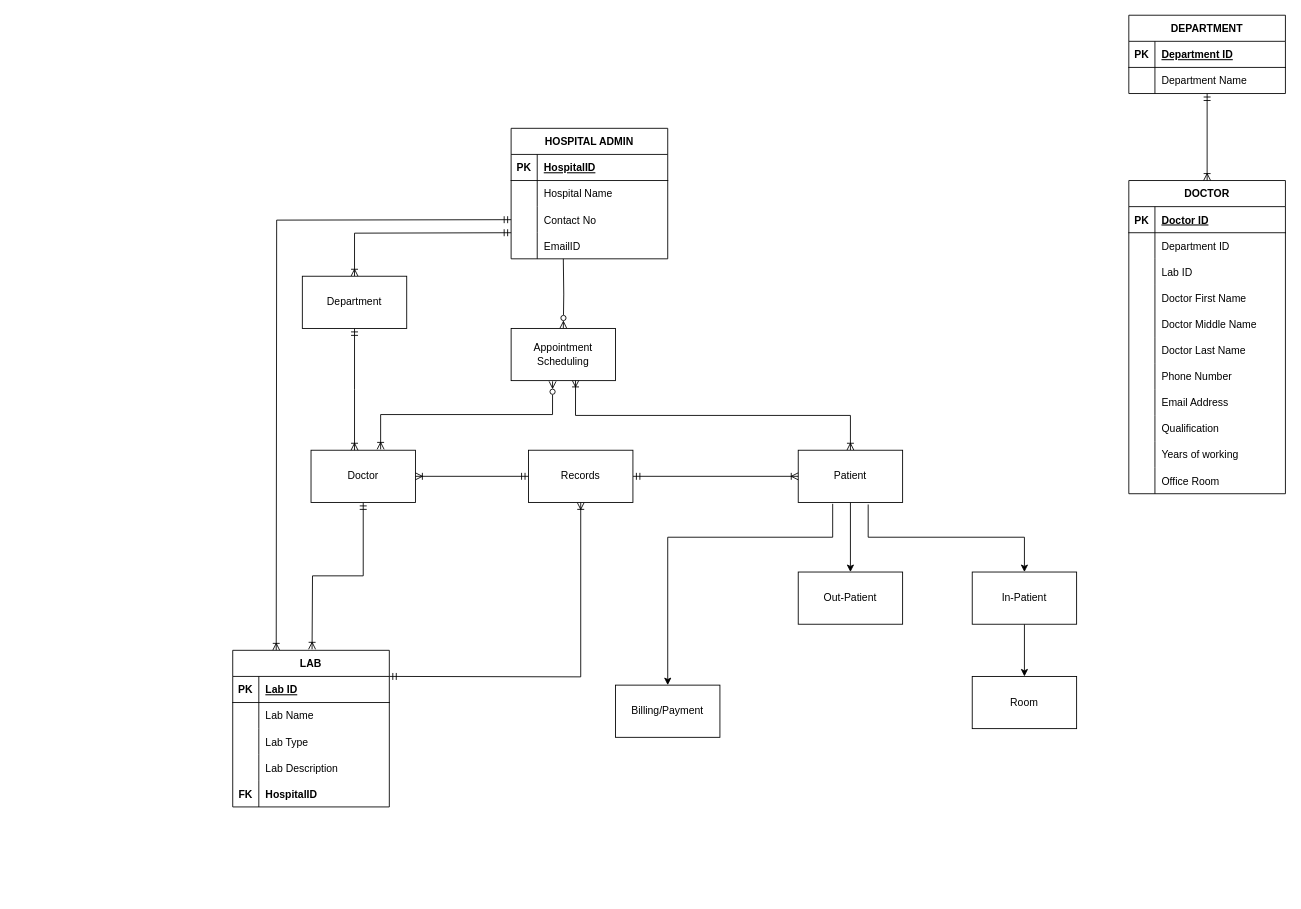
Before: Untitled Diagram.drawio in KashyapKompella/DAMG6210_HospitalManagementDatabase, a draw.io diagram. Source tidied: cells renumbered, new cells numbered last; positions are measured from the earlier drawing's top-left corner, leaving out a move shared by most shapes. Both pictures are drawn from the tidied source at 87%, with x=0, y=0 at pixel (232, 15).
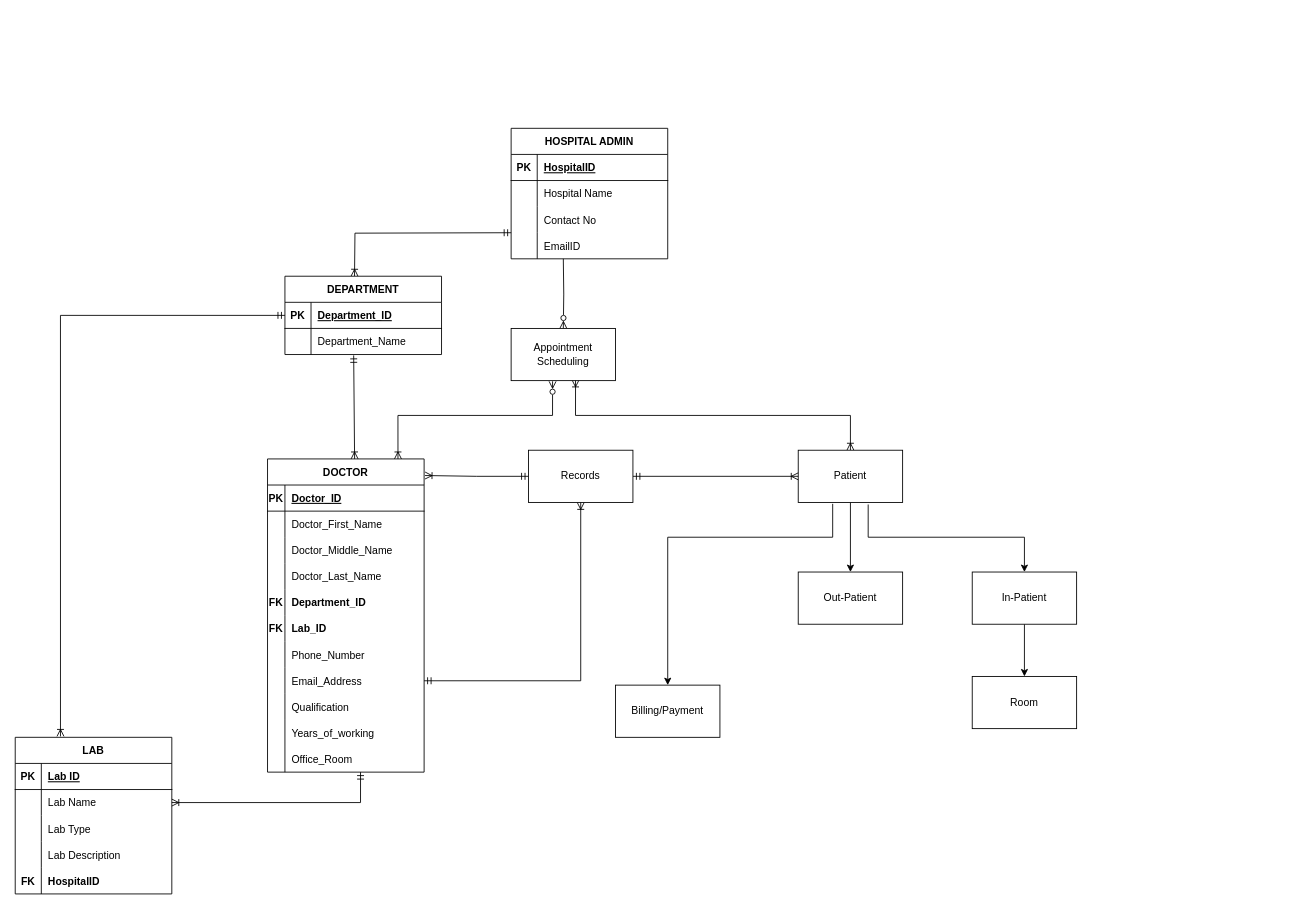
After the change.

Commit message:
Update about Dept and Doc part

The change refers to these unchanged cells:
```xml
<mxCell id="6" value="Appointment Scheduling" style="rounded=0;whiteSpace=wrap;html=1;" parent="1" vertex="1">
  <mxGeometry x="320" y="360" width="120" height="60" as="geometry" />
</mxCell>
<mxCell id="24" value="Records" style="rounded=0;whiteSpace=wrap;html=1;" parent="1" vertex="1">
  <mxGeometry x="340" y="500" width="120" height="60" as="geometry" />
</mxCell>
<mxCell id="42" style="shape=tableRow;horizontal=0;startSize=0;swimlaneHead=0;swimlaneBody=0;fillColor=none;points=[[0,0.5],[1,0.5]];portConstraint=eastwest;top=0;left=0;right=0;bottom=0;" parent="38" vertex="1">
  <mxGeometry y="60" width="180" height="30" as="geometry" />
</mxCell>
<mxCell id="55" style="shape=tableRow;horizontal=0;startSize=0;swimlaneHead=0;swimlaneBody=0;fillColor=none;points=[[0,0.5],[1,0.5]];portConstraint=eastwest;top=0;left=0;right=0;bottom=1;fontSize=12;" parent="54" vertex="1">
  <mxGeometry y="30" width="180" height="30" as="geometry" />
</mxCell>
<mxCell id="58" style="shape=tableRow;horizontal=0;startSize=0;swimlaneHead=0;swimlaneBody=0;fillColor=none;points=[[0,0.5],[1,0.5]];portConstraint=eastwest;top=0;left=0;right=0;bottom=0;fontSize=12;" parent="54" vertex="1">
  <mxGeometry y="60" width="180" height="30" as="geometry" />
</mxCell>
<mxCell id="62" style="shape=tableRow;horizontal=0;startSize=0;swimlaneHead=0;swimlaneBody=0;fillColor=none;top=0;left=0;right=0;bottom=1;fontSize=12;" parent="61" vertex="1">
  <mxGeometry y="30" width="180" height="30" as="geometry" />
</mxCell>
<mxCell id="80" style="shape=tableRow;horizontal=0;startSize=0;swimlaneHead=0;swimlaneBody=0;fillColor=none;top=0;left=0;right=0;bottom=0;fontSize=12;" parent="61" vertex="1">
  <mxGeometry y="210" width="180" height="30" as="geometry" />
</mxCell>
<mxCell id="83" style="shape=tableRow;horizontal=0;startSize=0;swimlaneHead=0;swimlaneBody=0;fillColor=none;points=[[0,0.5],[1,0.5]];portConstraint=eastwest;top=0;left=0;right=0;bottom=0;fontSize=12;" parent="61" vertex="1">
  <mxGeometry y="240" width="180" height="30" as="geometry" />
</mxCell>
<mxCell id="86" style="shape=tableRow;horizontal=0;startSize=0;swimlaneHead=0;swimlaneBody=0;fillColor=none;top=0;left=0;right=0;bottom=0;fontSize=12;" parent="61" vertex="1">
  <mxGeometry y="270" width="180" height="30" as="geometry" />
</mxCell>
<mxCell id="89" style="shape=tableRow;horizontal=0;startSize=0;swimlaneHead=0;swimlaneBody=0;fillColor=none;top=0;left=0;right=0;bottom=0;fontSize=12;" parent="61" vertex="1">
  <mxGeometry y="300" width="180" height="30" as="geometry" />
</mxCell>
<mxCell id="92" style="shape=tableRow;horizontal=0;startSize=0;swimlaneHead=0;swimlaneBody=0;fillColor=none;points=[[0,0.5],[1,0.5]];portConstraint=eastwest;top=0;left=0;right=0;bottom=0;fontSize=12;" parent="61" vertex="1">
  <mxGeometry y="330" width="180" height="30" as="geometry" />
</mxCell>
```

Diff of the diagram source:
```diff
@@
-    <mxCell id="3" style="edgeStyle=orthogonalEdgeStyle;rounded=0;jettySize=auto;html=1;startArrow=ERmandOne;startFill=0;endArrow=ERoneToMany;endFill=0;entryX=0.5;entryY=0;entryDx=0;entryDy=0;" parent="1" edge="1" target="15">
+    <mxCell id="3" style="edgeStyle=orthogonalEdgeStyle;rounded=0;orthogonalLoop=1;jettySize=auto;html=1;startArrow=ERmandOne;startFill=0;endArrow=ERoneToMany;endFill=0;entryX=0.5;entryY=0;entryDx=0;entryDy=0;" parent="1" edge="1">
       <mxGeometry relative="1" as="geometry">
         <mxPoint x="320" y="250" as="sourcePoint" />
+        <mxPoint x="140" y="300" as="targetPoint" />
       </mxGeometry>
     </mxCell>
@@
-    <mxCell id="5" style="edgeStyle=orthogonalEdgeStyle;rounded=0;jettySize=auto;html=1;startArrow=ERzeroToMany;startFill=0;endArrow=ERoneToMany;endFill=0;exitX=0.397;exitY=1.013;exitDx=0;exitDy=0;exitPerimeter=0;" parent="1" edge="1" source="6">
+    <mxCell id="5" style="rounded=0;jettySize=auto;html=1;startArrow=ERzeroToMany;startFill=0;endArrow=ERoneToMany;endFill=0;exitX=0.397;exitY=1.013;exitDx=0;exitDy=0;exitPerimeter=0;edgeStyle=orthogonalEdgeStyle;entryX=0.833;entryY=0;entryDx=0;entryDy=0;entryPerimeter=0;" parent="1" edge="1" source="6" target="61">
       <mxGeometry relative="1" as="geometry">
-        <mxPoint x="170" y="499" as="targetPoint" />
         <Array as="points">
-          <mxPoint x="368" y="459" />
-          <mxPoint x="170" y="459" />
+          <mxPoint x="368" y="460" />
+          <mxPoint x="190" y="460" />
         </Array>
       </mxGeometry>
     </mxCell>
@@
-    <mxCell id="11" style="edgeStyle=orthogonalEdgeStyle;rounded=0;orthogonalLoop=1;jettySize=auto;html=1;startArrow=ERmandOne;startFill=0;endArrow=ERoneToMany;endFill=0;exitX=0;exitY=0.25;exitDx=0;exitDy=0;" parent="1" edge="1">
-      <mxGeometry relative="1" as="geometry">
-        <mxPoint x="320" y="235" as="sourcePoint" />
-        <mxPoint x="50" y="730" as="targetPoint" />
-      </mxGeometry>
+    <mxCell id="11" style="edgeStyle=orthogonalEdgeStyle;rounded=0;jettySize=auto;html=1;startArrow=ERmandOne;startFill=0;endArrow=ERoneToMany;endFill=0;exitX=0;exitY=0.5;exitDx=0;exitDy=0;entryX=0.289;entryY=-0.006;entryDx=0;entryDy=0;entryPerimeter=0;" parent="1" edge="1" source="55" target="38">
+      <mxGeometry relative="1" as="geometry" />
     </mxCell>
-    <mxCell id="12" style="edgeStyle=orthogonalEdgeStyle;rounded=0;jettySize=auto;html=1;startArrow=ERmandOne;startFill=0;endArrow=ERoneToMany;endFill=0;entryX=0.843;entryY=-0.02;entryDx=0;entryDy=0;entryPerimeter=0;" parent="1" edge="1" source="13">
-      <mxGeometry relative="1" as="geometry">
-        <mxPoint x="91.2" y="728.8" as="targetPoint" />
-      </mxGeometry>
+    <mxCell id="12" style="edgeStyle=orthogonalEdgeStyle;rounded=0;jettySize=auto;html=1;startArrow=ERmandOne;startFill=0;endArrow=ERoneToMany;endFill=0;exitX=0.594;exitY=1;exitDx=0;exitDy=0;exitPerimeter=0;entryX=1;entryY=0.5;entryDx=0;entryDy=0;" parent="1" edge="1" source="92" target="42">
+      <mxGeometry relative="1" as="geometry" />
     </mxCell>
-    <mxCell id="13" value="Doctor" style="rounded=0;whiteSpace=wrap;html=1;" parent="1" vertex="1">
-      <mxGeometry x="90" y="500" width="120" height="60" as="geometry" />
-    </mxCell>
-    <mxCell id="14" style="edgeStyle=orthogonalEdgeStyle;rounded=0;jettySize=auto;html=1;startArrow=ERmandOne;startFill=0;endArrow=ERoneToMany;endFill=0;" parent="1" edge="1" source="15">
-      <mxGeometry relative="1" as="geometry">
-        <mxPoint x="140" y="500" as="targetPoint" />
-      </mxGeometry>
+    <mxCell id="14" style="rounded=0;jettySize=auto;html=1;startArrow=ERmandOne;startFill=0;endArrow=ERoneToMany;endFill=0;exitX=0.439;exitY=1.033;exitDx=0;exitDy=0;exitPerimeter=0;entryX=0.556;entryY=0;entryDx=0;entryDy=0;entryPerimeter=0;" parent="1" edge="1" source="58" target="61">
+      <mxGeometry relative="1" as="geometry" />
     </mxCell>
-    <mxCell id="15" value="Department" style="rounded=0;whiteSpace=wrap;html=1;" parent="1" vertex="1">
-      <mxGeometry x="80" y="300" width="120" height="60" as="geometry" />
-    </mxCell>
@@
-    <mxCell id="21" style="edgeStyle=orthogonalEdgeStyle;rounded=0;jettySize=auto;html=1;startArrow=ERmandOne;startFill=0;endArrow=ERoneToMany;endFill=0;" parent="1" edge="1" target="24">
-      <mxGeometry relative="1" as="geometry">
-        <mxPoint x="180" y="760" as="sourcePoint" />
-      </mxGeometry>
+    <mxCell id="21" style="edgeStyle=orthogonalEdgeStyle;rounded=0;jettySize=auto;html=1;startArrow=ERmandOne;startFill=0;endArrow=ERoneToMany;endFill=0;exitX=1;exitY=0.5;exitDx=0;exitDy=0;" parent="1" edge="1" source="83" target="24">
+      <mxGeometry relative="1" as="geometry" />
     </mxCell>
-    <mxCell id="22" style="edgeStyle=orthogonalEdgeStyle;rounded=0;jettySize=auto;html=1;startArrow=ERmandOne;startFill=0;endArrow=ERoneToMany;endFill=0;entryX=1;entryY=0.5;entryDx=0;entryDy=0;" parent="1" edge="1" source="24" target="13">
+    <mxCell id="22" style="edgeStyle=orthogonalEdgeStyle;rounded=0;jettySize=auto;html=1;startArrow=ERmandOne;startFill=0;endArrow=ERoneToMany;endFill=0;entryX=1.006;entryY=0.053;entryDx=0;entryDy=0;entryPerimeter=0;" parent="1" edge="1" source="24" target="61">
       <mxGeometry relative="1" as="geometry" />
     </mxCell>
@@
     <mxCell id="38" value="LAB" style="shape=table;startSize=30;childLayout=tableLayout;rowLines=0;fontStyle=1;align=center;" parent="1" vertex="1">
-      <mxGeometry y="730" width="180" height="180" as="geometry" />
+      <mxGeometry x="-250" y="830" width="180" height="180" as="geometry" />
     </mxCell>
@@
     <mxCell id="54" value="DEPARTMENT" style="shape=table;startSize=30;childLayout=tableLayout;rowLines=0;fontStyle=1;align=center;fontSize=12;" parent="1" vertex="1">
-      <mxGeometry x="1030" width="180" height="90" as="geometry" />
+      <mxGeometry x="60" y="300" width="180" height="90" as="geometry" />
     </mxCell>
@@
-    <mxCell id="57" value="Department ID" style="shape=partialRectangle;fillColor=none;top=0;left=0;bottom=0;right=0;align=left;spacingLeft=6;fontStyle=5;overflow=hidden;fontSize=12;" parent="55" vertex="1">
+    <mxCell id="57" value="Department_ID" style="shape=partialRectangle;fillColor=none;top=0;left=0;bottom=0;right=0;align=left;spacingLeft=6;fontStyle=5;overflow=hidden;fontSize=12;" parent="55" vertex="1">
       <mxGeometry x="30" width="150" height="30" as="geometry" />
     </mxCell>
@@
-    <mxCell id="60" value="Department Name" style="shape=partialRectangle;fillColor=none;top=0;left=0;bottom=0;right=0;align=left;spacingLeft=6;overflow=hidden;fontSize=12;" parent="58" vertex="1">
+    <mxCell id="60" value="Department_Name" style="shape=partialRectangle;fillColor=none;top=0;left=0;bottom=0;right=0;align=left;spacingLeft=6;overflow=hidden;fontSize=12;" parent="58" vertex="1">
       <mxGeometry x="30" width="150" height="30" as="geometry" />
     </mxCell>
     <mxCell id="61" value="DOCTOR" style="shape=table;startSize=30;childLayout=tableLayout;rowLines=0;fontStyle=1;align=center;fontSize=12;" parent="1" vertex="1">
-      <mxGeometry x="1030" y="190" width="180" height="360" as="geometry" />
+      <mxGeometry x="40" y="510" width="180" height="360" as="geometry" />
     </mxCell>
@@
     <mxCell id="63" value="PK" style="shape=partialRectangle;fillColor=none;top=0;left=0;bottom=0;right=0;fontStyle=1;overflow=hidden;fontSize=12;" parent="62" vertex="1">
-      <mxGeometry width="30" height="30" as="geometry" />
+      <mxGeometry width="20" height="30" as="geometry" />
     </mxCell>
-    <mxCell id="64" value="Doctor ID" style="shape=partialRectangle;fillColor=none;top=0;left=0;bottom=0;right=0;align=left;spacingLeft=6;fontStyle=5;overflow=hidden;fontSize=12;" parent="62" vertex="1">
-      <mxGeometry x="30" width="150" height="30" as="geometry" />
+    <mxCell id="64" value="Doctor_ID" style="shape=partialRectangle;fillColor=none;top=0;left=0;bottom=0;right=0;align=left;spacingLeft=6;fontStyle=5;overflow=hidden;fontSize=12;" parent="62" vertex="1">
+      <mxGeometry x="20" width="160" height="30" as="geometry" />
     </mxCell>
-    <mxCell id="65" style="shape=tableRow;horizontal=0;startSize=0;swimlaneHead=0;swimlaneBody=0;fillColor=none;top=0;left=0;right=0;bottom=0;fontSize=12;" parent="61" vertex="1">
-      <mxGeometry y="60" width="180" height="30" as="geometry" />
-    </mxCell>
-    <mxCell id="66" style="shape=partialRectangle;fillColor=none;top=0;left=0;bottom=0;right=0;overflow=hidden;fontSize=12;" parent="65" vertex="1">
-      <mxGeometry width="30" height="30" as="geometry" />
-    </mxCell>
-    <mxCell id="67" value="Department ID" style="shape=partialRectangle;fillColor=none;top=0;left=0;bottom=0;right=0;align=left;spacingLeft=6;overflow=hidden;fontSize=12;" parent="65" vertex="1">
-      <mxGeometry x="30" width="150" height="30" as="geometry" />
-    </mxCell>
-    <mxCell id="68" style="shape=tableRow;horizontal=0;startSize=0;swimlaneHead=0;swimlaneBody=0;fillColor=none;top=0;left=0;right=0;bottom=0;fontSize=12;" parent="61" vertex="1">
-      <mxGeometry y="90" width="180" height="30" as="geometry" />
-    </mxCell>
-    <mxCell id="69" style="shape=partialRectangle;fillColor=none;top=0;left=0;bottom=0;right=0;overflow=hidden;fontSize=12;" parent="68" vertex="1">
-      <mxGeometry width="30" height="30" as="geometry" />
-    </mxCell>
-    <mxCell id="70" value="Lab ID" style="shape=partialRectangle;fillColor=none;top=0;left=0;bottom=0;right=0;align=left;spacingLeft=6;overflow=hidden;fontSize=12;" parent="68" vertex="1">
-      <mxGeometry x="30" width="150" height="30" as="geometry" />
-    </mxCell>
     <mxCell id="71" style="shape=tableRow;horizontal=0;startSize=0;swimlaneHead=0;swimlaneBody=0;fillColor=none;top=0;left=0;right=0;bottom=0;fontSize=12;" parent="61" vertex="1">
-      <mxGeometry y="120" width="180" height="30" as="geometry" />
+      <mxGeometry y="60" width="180" height="30" as="geometry" />
     </mxCell>
     <mxCell id="72" style="shape=partialRectangle;fillColor=none;top=0;left=0;bottom=0;right=0;overflow=hidden;fontSize=12;" parent="71" vertex="1">
-      <mxGeometry width="30" height="30" as="geometry" />
+      <mxGeometry width="20" height="30" as="geometry" />
     </mxCell>
-    <mxCell id="73" value="Doctor First Name" style="shape=partialRectangle;fillColor=none;top=0;left=0;bottom=0;right=0;align=left;spacingLeft=6;overflow=hidden;fontSize=12;" parent="71" vertex="1">
-      <mxGeometry x="30" width="150" height="30" as="geometry" />
+    <mxCell id="73" value="Doctor_First_Name" style="shape=partialRectangle;fillColor=none;top=0;left=0;bottom=0;right=0;align=left;spacingLeft=6;overflow=hidden;fontSize=12;" parent="71" vertex="1">
+      <mxGeometry x="20" width="160" height="30" as="geometry" />
     </mxCell>
     <mxCell id="74" style="shape=tableRow;horizontal=0;startSize=0;swimlaneHead=0;swimlaneBody=0;fillColor=none;top=0;left=0;right=0;bottom=0;fontSize=12;" parent="61" vertex="1">
-      <mxGeometry y="150" width="180" height="30" as="geometry" />
+      <mxGeometry y="90" width="180" height="30" as="geometry" />
     </mxCell>
     <mxCell id="75" style="shape=partialRectangle;fillColor=none;top=0;left=0;bottom=0;right=0;overflow=hidden;fontSize=12;" parent="74" vertex="1">
-      <mxGeometry width="30" height="30" as="geometry" />
+      <mxGeometry width="20" height="30" as="geometry" />
     </mxCell>
-    <mxCell id="76" value="Doctor Middle Name" style="shape=partialRectangle;fillColor=none;top=0;left=0;bottom=0;right=0;align=left;spacingLeft=6;overflow=hidden;fontSize=12;fontStyle=0;" parent="74" vertex="1">
-      <mxGeometry x="30" width="150" height="30" as="geometry" />
+    <mxCell id="76" value="Doctor_Middle_Name" style="shape=partialRectangle;fillColor=none;top=0;left=0;bottom=0;right=0;align=left;spacingLeft=6;overflow=hidden;fontSize=12;fontStyle=0;" parent="74" vertex="1">
+      <mxGeometry x="20" width="160" height="30" as="geometry" />
     </mxCell>
     <mxCell id="77" style="shape=tableRow;horizontal=0;startSize=0;swimlaneHead=0;swimlaneBody=0;fillColor=none;top=0;left=0;right=0;bottom=0;fontSize=12;" parent="61" vertex="1">
-      <mxGeometry y="180" width="180" height="30" as="geometry" />
+      <mxGeometry y="120" width="180" height="30" as="geometry" />
     </mxCell>
     <mxCell id="78" style="shape=partialRectangle;fillColor=none;top=0;left=0;bottom=0;right=0;overflow=hidden;fontSize=12;" parent="77" vertex="1">
-      <mxGeometry width="30" height="30" as="geometry" />
+      <mxGeometry width="20" height="30" as="geometry" />
     </mxCell>
-    <mxCell id="79" value="Doctor Last Name" style="shape=partialRectangle;fillColor=none;top=0;left=0;bottom=0;right=0;align=left;spacingLeft=6;overflow=hidden;fontSize=12;" parent="77" vertex="1">
-      <mxGeometry x="30" width="150" height="30" as="geometry" />
+    <mxCell id="79" value="Doctor_Last_Name" style="shape=partialRectangle;fillColor=none;top=0;left=0;bottom=0;right=0;align=left;spacingLeft=6;overflow=hidden;fontSize=12;" parent="77" vertex="1">
+      <mxGeometry x="20" width="160" height="30" as="geometry" />
     </mxCell>
+    <mxCell id="65" style="shape=tableRow;horizontal=0;startSize=0;swimlaneHead=0;swimlaneBody=0;fillColor=none;top=0;left=0;right=0;bottom=0;fontSize=12;" parent="61" vertex="1">
+      <mxGeometry y="150" width="180" height="30" as="geometry" />
+    </mxCell>
+    <mxCell id="66" value="FK" style="shape=partialRectangle;fillColor=none;top=0;left=0;bottom=0;right=0;overflow=hidden;fontSize=12;fontStyle=1;" parent="65" vertex="1">
+      <mxGeometry width="20" height="30" as="geometry" />
+    </mxCell>
+    <mxCell id="67" value="Department_ID" style="shape=partialRectangle;fillColor=none;top=0;left=0;bottom=0;right=0;align=left;spacingLeft=6;overflow=hidden;fontSize=12;fontStyle=1;" parent="65" vertex="1">
+      <mxGeometry x="20" width="160" height="30" as="geometry" />
+    </mxCell>
+    <mxCell id="68" style="shape=tableRow;horizontal=0;startSize=0;swimlaneHead=0;swimlaneBody=0;fillColor=none;top=0;left=0;right=0;bottom=0;fontSize=12;" parent="61" vertex="1">
+      <mxGeometry y="180" width="180" height="30" as="geometry" />
+    </mxCell>
+    <mxCell id="69" value="FK" style="shape=partialRectangle;fillColor=none;top=0;left=0;bottom=0;right=0;overflow=hidden;fontSize=12;fontStyle=1;" parent="68" vertex="1">
+      <mxGeometry width="20" height="30" as="geometry" />
+    </mxCell>
+    <mxCell id="70" value="Lab_ID" style="shape=partialRectangle;fillColor=none;top=0;left=0;bottom=0;right=0;align=left;spacingLeft=6;overflow=hidden;fontSize=12;fontStyle=1;" parent="68" vertex="1">
+      <mxGeometry x="20" width="160" height="30" as="geometry" />
+    </mxCell>
@@
     <mxCell id="81" style="shape=partialRectangle;fillColor=none;top=0;left=0;bottom=0;right=0;overflow=hidden;fontSize=12;" parent="80" vertex="1">
-      <mxGeometry width="30" height="30" as="geometry" />
+      <mxGeometry width="20" height="30" as="geometry" />
     </mxCell>
-    <mxCell id="82" value="Phone Number" style="shape=partialRectangle;fillColor=none;top=0;left=0;bottom=0;right=0;align=left;spacingLeft=6;overflow=hidden;fontSize=12;" parent="80" vertex="1">
-      <mxGeometry x="30" width="150" height="30" as="geometry" />
+    <mxCell id="82" value="Phone_Number" style="shape=partialRectangle;fillColor=none;top=0;left=0;bottom=0;right=0;align=left;spacingLeft=6;overflow=hidden;fontSize=12;" parent="80" vertex="1">
+      <mxGeometry x="20" width="160" height="30" as="geometry" />
     </mxCell>
@@
     <mxCell id="84" style="shape=partialRectangle;fillColor=none;top=0;left=0;bottom=0;right=0;overflow=hidden;fontSize=12;" parent="83" vertex="1">
-      <mxGeometry width="30" height="30" as="geometry" />
+      <mxGeometry width="20" height="30" as="geometry" />
     </mxCell>
-    <mxCell id="85" value="Email Address" style="shape=partialRectangle;fillColor=none;top=0;left=0;bottom=0;right=0;align=left;spacingLeft=6;overflow=hidden;fontSize=12;" parent="83" vertex="1">
-      <mxGeometry x="30" width="150" height="30" as="geometry" />
+    <mxCell id="85" value="Email_Address" style="shape=partialRectangle;fillColor=none;top=0;left=0;bottom=0;right=0;align=left;spacingLeft=6;overflow=hidden;fontSize=12;" parent="83" vertex="1">
+      <mxGeometry x="20" width="160" height="30" as="geometry" />
     </mxCell>
@@
     <mxCell id="87" style="shape=partialRectangle;fillColor=none;top=0;left=0;bottom=0;right=0;overflow=hidden;fontSize=12;" parent="86" vertex="1">
-      <mxGeometry width="30" height="30" as="geometry" />
+      <mxGeometry width="20" height="30" as="geometry" />
     </mxCell>
     <mxCell id="88" value="Qualification" style="shape=partialRectangle;fillColor=none;top=0;left=0;bottom=0;right=0;align=left;spacingLeft=6;overflow=hidden;fontSize=12;" parent="86" vertex="1">
-      <mxGeometry x="30" width="150" height="30" as="geometry" />
+      <mxGeometry x="20" width="160" height="30" as="geometry" />
     </mxCell>
@@
     <mxCell id="90" style="shape=partialRectangle;fillColor=none;top=0;left=0;bottom=0;right=0;overflow=hidden;fontSize=12;" parent="89" vertex="1">
-      <mxGeometry width="30" height="30" as="geometry" />
+      <mxGeometry width="20" height="30" as="geometry" />
     </mxCell>
-    <mxCell id="91" value="Years of working" style="shape=partialRectangle;fillColor=none;top=0;left=0;bottom=0;right=0;align=left;spacingLeft=6;overflow=hidden;fontSize=12;" parent="89" vertex="1">
-      <mxGeometry x="30" width="150" height="30" as="geometry" />
+    <mxCell id="91" value="Years_of_working" style="shape=partialRectangle;fillColor=none;top=0;left=0;bottom=0;right=0;align=left;spacingLeft=6;overflow=hidden;fontSize=12;" parent="89" vertex="1">
+      <mxGeometry x="20" width="160" height="30" as="geometry" />
     </mxCell>
@@
     <mxCell id="93" style="shape=partialRectangle;fillColor=none;top=0;left=0;bottom=0;right=0;overflow=hidden;fontSize=12;" parent="92" vertex="1">
-      <mxGeometry width="30" height="30" as="geometry" />
+      <mxGeometry width="20" height="30" as="geometry" />
     </mxCell>
-    <mxCell id="94" value="Office Room" style="shape=partialRectangle;fillColor=none;top=0;left=0;bottom=0;right=0;align=left;spacingLeft=6;overflow=hidden;fontSize=12;" parent="92" vertex="1">
-      <mxGeometry x="30" width="150" height="30" as="geometry" />
+    <mxCell id="94" value="Office_Room" style="shape=partialRectangle;fillColor=none;top=0;left=0;bottom=0;right=0;align=left;spacingLeft=6;overflow=hidden;fontSize=12;" parent="92" vertex="1">
+      <mxGeometry x="20" width="160" height="30" as="geometry" />
     </mxCell>
-    <mxCell id="95" style="fontSize=12;html=1;endArrow=ERoneToMany;rounded=0;startArrow=ERmandOne;startFill=0;endFill=0;" parent="1" edge="1" target="61">
-      <mxGeometry relative="1" as="geometry">
-        <mxPoint x="1120" y="90" as="sourcePoint" />
-      </mxGeometry>
-    </mxCell>
```
